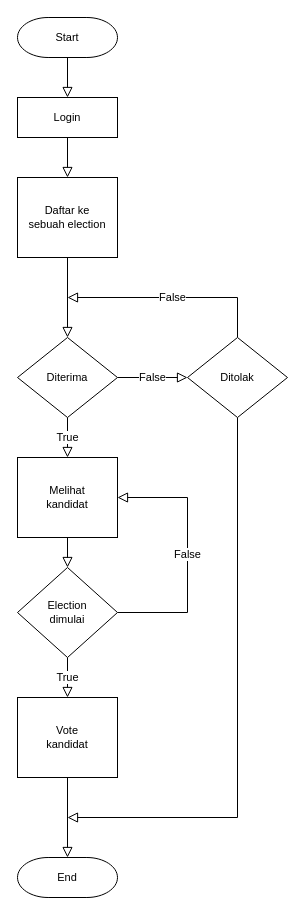
This is page "voter" (11 of 11) of flowchart.drawio from cekingx/diagram-simvoni, a draw.io file, before an edit. Source tidied: cells renumbered, new cells numbered last; positions are measured from the earlier drawing's top-left corner, leaving out a move shared by most shapes. Both pictures are drawn from the tidied source at 100%, with x=0, y=0 at pixel (17, 17).
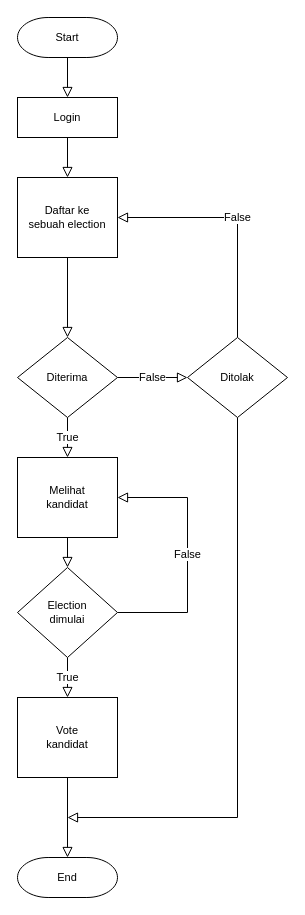
After the change.

Commit message:
revisi panah voter

The change refers to these unchanged cells:
```xml
<mxCell id="7" value="Daftar ke&lt;br&gt;sebuah election" style="rounded=0;whiteSpace=wrap;html=1;absoluteArcSize=1;strokeWidth=1;shadow=0;fontSize=11;endFill=0;endArrow=block;endSize=8;" parent="1" vertex="1">
  <mxGeometry y="160" width="100" height="80" as="geometry" />
</mxCell>
<mxCell id="15" value="Ditolak" style="strokeWidth=1;html=1;shape=mxgraph.flowchart.decision;whiteSpace=wrap;rounded=0;shadow=0;fontSize=11;endFill=0;endArrow=block;endSize=8;" parent="1" vertex="1">
  <mxGeometry x="170" y="320" width="100" height="80" as="geometry" />
</mxCell>
```

What changed in the source:
```diff
@@
-    <mxCell id="13" value="False" style="edgeStyle=orthogonalEdgeStyle;rounded=0;jettySize=auto;html=1;labelBackgroundColor=#ffffff;shadow=0;strokeWidth=1;endFill=0;endArrow=block;endSize=8;" parent="1" edge="1" source="15">
+    <mxCell id="13" value="False" style="edgeStyle=orthogonalEdgeStyle;rounded=0;jettySize=auto;html=1;labelBackgroundColor=#ffffff;shadow=0;strokeWidth=1;endFill=0;endArrow=block;endSize=8;entryX=1;entryY=0.5;entryDx=0;entryDy=0;" parent="1" edge="1" source="15" target="7">
       <mxGeometry relative="1" as="geometry">
-        <mxPoint x="50" y="280" as="targetPoint" />
         <Array as="points">
-          <mxPoint x="220" y="280" />
+          <mxPoint x="220" y="200" />
         </Array>
       </mxGeometry>
     </mxCell>
```
